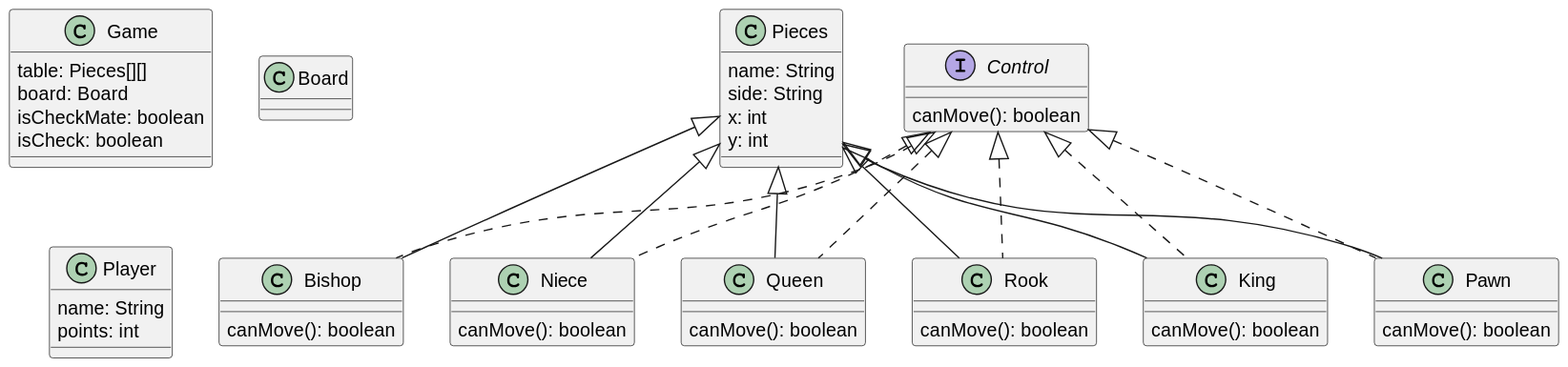
This is uml.svg from AmbrosoneMatteo/JChess, a PlantUML export, as it was before one commit.
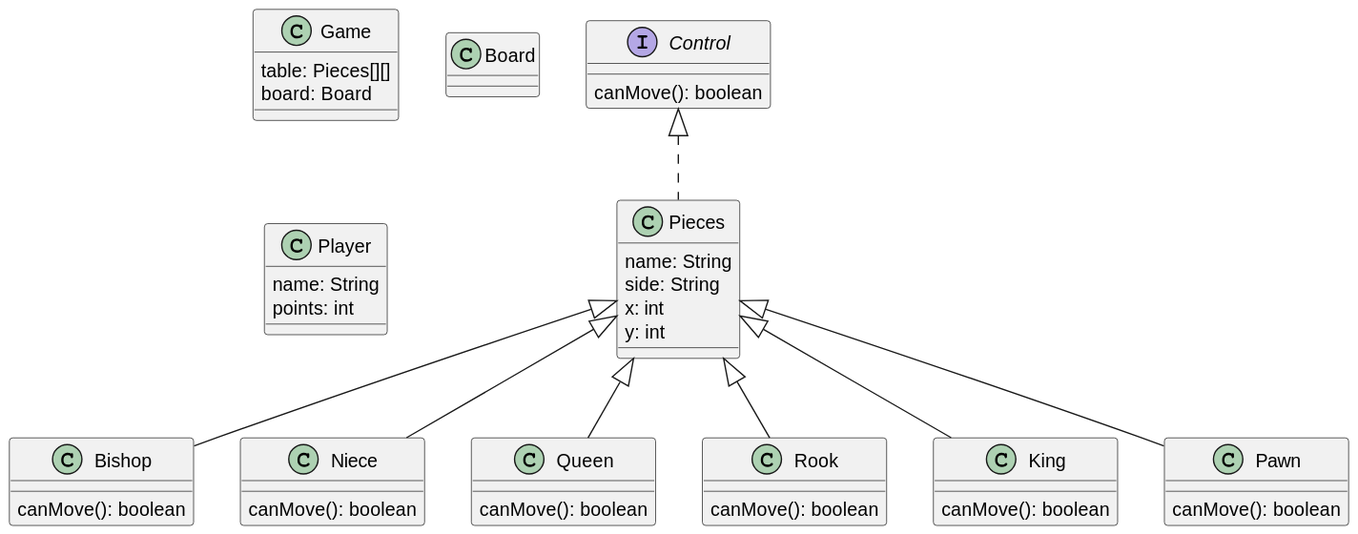
Later version of the same file.

Commit message:
Commit of 27.03.2024 -> Bishop canMove method implementation

Change to the diagram source:
```diff
@@ -2,8 +2,6 @@
 class Game{
     table: Pieces[][]
     board: Board
-    isCheckMate: boolean
-    isCheck: boolean
 }
 
 class Board {
@@ -15,34 +13,34 @@
     points: int
 }
 
-class Pieces {
+class Pieces implements Control {
     name: String
     side: String
     x: int
     y: int
 }
 
-class Bishop extends Pieces implements Control {
+class Bishop extends Pieces {
     canMove(): boolean
 }
 
-class Niece extends Pieces implements Control {
+class Niece extends Pieces {
     canMove(): boolean
 }
 
-class Queen extends Pieces implements Control {
+class Queen extends Pieces {
     canMove(): boolean
 }
 
-class Rook extends Pieces implements Control {
+class Rook extends Pieces {
     canMove(): boolean
 }
 
-class King extends Pieces implements Control {
+class King extends Pieces {
     canMove(): boolean
 }
 
-class Pawn extends Pieces implements Control {
+class Pawn extends Pieces {
     canMove(): boolean
 }
 
```
